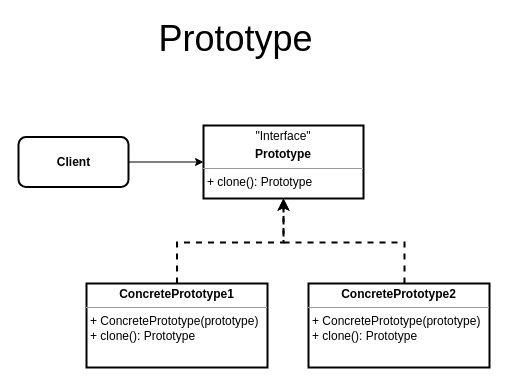
Above: Prototype/Prototype.drawio in bogdanlotuk/patterns (draw.io), before the change. Source tidied: cells renumbered, new cells numbered last; positions are measured from the earlier drawing's top-left corner, leaving out a move shared by most shapes. Both pictures are drawn from the tidied source at 100%, with x=0, y=0 at pixel (18, 18).
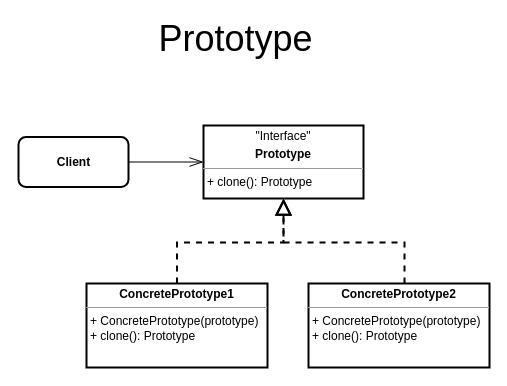
The same diagram, later.

What changed in the source:
```diff
@@
 <mxGraphModel>
   <root>
     <mxCell id="0" />
     <mxCell id="1" parent="0" />
     <mxCell id="2" value="&lt;p style=&quot;margin: 0px ; margin-top: 4px ; text-align: center&quot;&gt;&quot;Interface&quot;&lt;/p&gt;&lt;p style=&quot;margin: 0px ; margin-top: 4px ; text-align: center&quot;&gt;&lt;b&gt;Prototype&lt;/b&gt;&lt;/p&gt;&lt;hr size=&quot;1&quot;&gt;&lt;p style=&quot;margin: 0px ; margin-left: 4px&quot;&gt;+ clone(): Prototype&lt;/p&gt;" style="verticalAlign=top;align=left;overflow=fill;fontSize=12;fontFamily=Helvetica;html=1;strokeWidth=2;" parent="1" vertex="1">
       <mxGeometry x="185" y="107" width="160" height="73" as="geometry" />
     </mxCell>
-    <mxCell id="3" style="edgeStyle=orthogonalEdgeStyle;rounded=0;jettySize=auto;html=1;entryX=0;entryY=0.5;entryDx=0;entryDy=0;" parent="1" edge="1" source="4" target="2">
+    <mxCell id="3" style="edgeStyle=orthogonalEdgeStyle;rounded=0;jettySize=auto;html=1;entryX=0;entryY=0.5;entryDx=0;entryDy=0;endArrow=openThin;endFill=0;endSize=12;" parent="1" edge="1" source="4" target="2">
       <mxGeometry relative="1" as="geometry" />
     </mxCell>
     <mxCell id="4" value="&lt;b&gt;Client&lt;/b&gt;" style="html=1;rounded=1;strokeWidth=2;" parent="1" vertex="1">
       <mxGeometry y="118.5" width="110" height="50" as="geometry" />
     </mxCell>
     <mxCell id="5" value="Prototype" style="text;html=1;strokeColor=none;fillColor=none;align=center;verticalAlign=middle;whiteSpace=wrap;rounded=0;fontSize=36;fontStyle=0;spacingTop=0;spacingLeft=0;" parent="1" vertex="1">
       <mxGeometry x="110" width="215" height="40" as="geometry" />
     </mxCell>
-    <mxCell id="6" style="edgeStyle=orthogonalEdgeStyle;rounded=0;jettySize=auto;html=1;entryX=0.5;entryY=1;entryDx=0;entryDy=0;dashed=1;strokeWidth=2;" parent="1" edge="1" target="2">
+    <mxCell id="6" style="edgeStyle=orthogonalEdgeStyle;rounded=0;jettySize=auto;html=1;entryX=0.5;entryY=1;entryDx=0;entryDy=0;dashed=1;strokeWidth=2;endArrow=block;endFill=0;endSize=12;" parent="1" edge="1" target="2">
       <mxGeometry relative="1" as="geometry">
         <mxPoint x="386" y="265" as="sourcePoint" />
         <Array as="points">
           <mxPoint x="386" y="224" />
           <mxPoint x="265" y="224" />
         </Array>
       </mxGeometry>
     </mxCell>
-    <mxCell id="7" style="edgeStyle=orthogonalEdgeStyle;rounded=0;orthogonalLoop=1;jettySize=auto;html=1;entryX=0.5;entryY=1;entryDx=0;entryDy=0;dashed=1;strokeWidth=2;" parent="1" edge="1">
+    <mxCell id="7" style="edgeStyle=orthogonalEdgeStyle;rounded=0;orthogonalLoop=1;jettySize=auto;html=1;entryX=0.5;entryY=1;entryDx=0;entryDy=0;dashed=1;strokeWidth=2;endArrow=block;endFill=0;endSize=12;" parent="1" edge="1">
       <mxGeometry relative="1" as="geometry">
         <mxPoint x="158.5" y="265" as="sourcePoint" />
         <mxPoint x="265" y="180" as="targetPoint" />
         <Array as="points">
           <mxPoint x="159" y="224" />
           <mxPoint x="265" y="224" />
         </Array>
       </mxGeometry>
     </mxCell>
     <mxCell id="8" value="&lt;p style=&quot;margin: 0px ; margin-top: 4px ; text-align: center&quot;&gt;&lt;span style=&quot;font-weight: 700&quot;&gt;ConcretePrototype1&lt;/span&gt;&lt;br&gt;&lt;/p&gt;&lt;hr size=&quot;1&quot;&gt;&lt;p style=&quot;margin: 0px ; margin-left: 4px&quot;&gt;+ ConcretePrototype(prototype)&lt;br style=&quot;padding: 0px ; margin: 0px&quot;&gt;+ clone(): Prototype&lt;br&gt;&lt;/p&gt;" style="verticalAlign=top;align=left;overflow=fill;fontSize=12;fontFamily=Helvetica;html=1;strokeWidth=2;" parent="1" vertex="1">
       <mxGeometry x="68" y="265" width="181" height="84" as="geometry" />
     </mxCell>
     <mxCell id="9" value="&lt;p style=&quot;margin: 0px ; margin-top: 4px ; text-align: center&quot;&gt;&lt;span style=&quot;font-weight: 700&quot;&gt;ConcretePrototype2&lt;/span&gt;&lt;br&gt;&lt;/p&gt;&lt;hr size=&quot;1&quot;&gt;&lt;p style=&quot;margin: 0px ; margin-left: 4px&quot;&gt;+ ConcretePrototype(prototype)&lt;br style=&quot;padding: 0px ; margin: 0px&quot;&gt;+ clone(): Prototype&lt;br&gt;&lt;/p&gt;" style="verticalAlign=top;align=left;overflow=fill;fontSize=12;fontFamily=Helvetica;html=1;strokeWidth=2;" parent="1" vertex="1">
       <mxGeometry x="290" y="265" width="181" height="84" as="geometry" />
     </mxCell>
   </root>
 </mxGraphModel>
```
